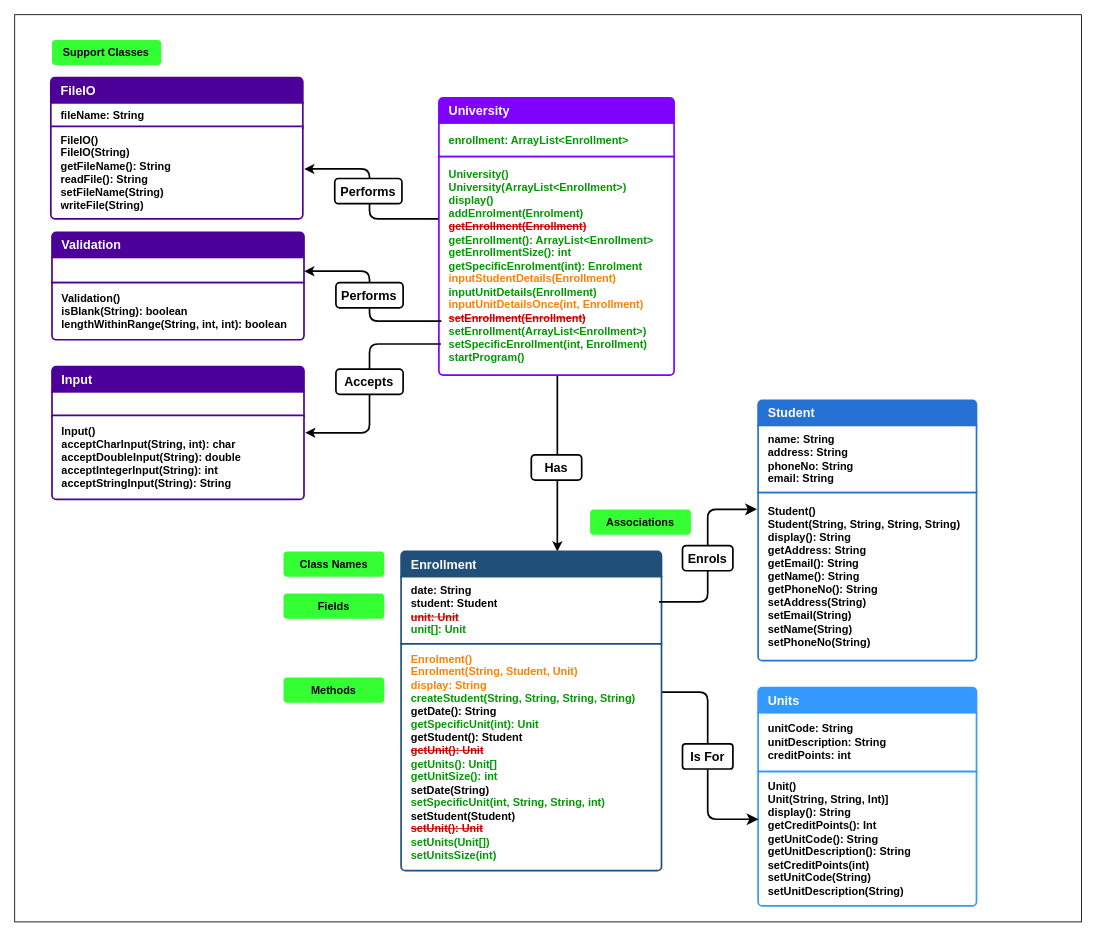
The draw.io diagram Java Programming/Assesment Rolling Project/doc/ClassDiagram.drawio in ByteToBits/CompScience, before the edit. Source tidied: cells renumbered, new cells numbered last; positions are measured from the earlier drawing's top-left corner, leaving out a move shared by most shapes. Both pictures are drawn from the tidied source at 84%, with x=0, y=0 at pixel (14, 14).
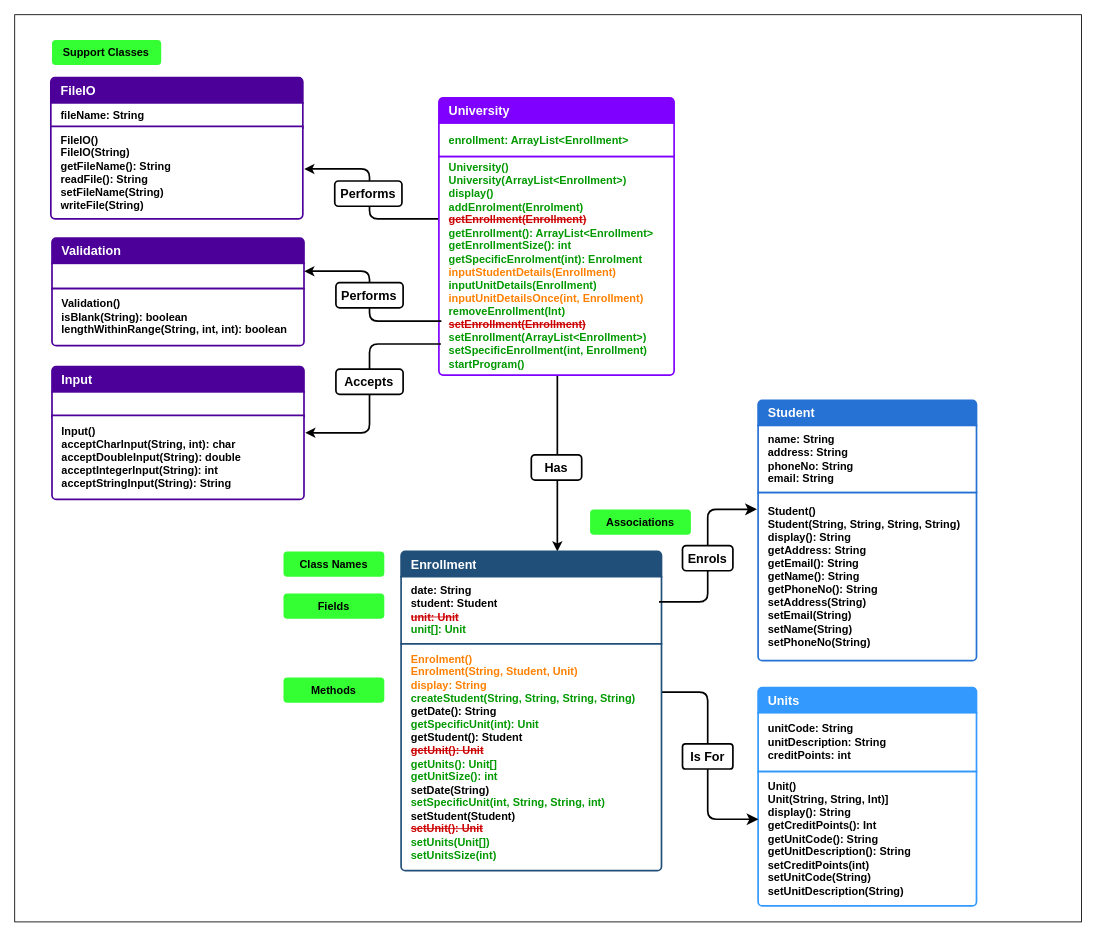
After the change.

Diff of the diagram source:
```diff
@@
-    <mxCell id="10" value="&lt;font color=&quot;#009900&quot;&gt;University()&lt;/font&gt;&lt;div&gt;&lt;font color=&quot;#009900&quot;&gt;University(ArrayList&amp;lt;Enrollment&amp;gt;)&lt;/font&gt;&lt;/div&gt;&lt;div&gt;&lt;font color=&quot;#009900&quot;&gt;display()&lt;/font&gt;&lt;/div&gt;&lt;div&gt;&lt;font color=&quot;#009900&quot;&gt;addEnrolment(Enrolment)&lt;/font&gt;&lt;/div&gt;&lt;div&gt;&lt;strike style=&quot;color: rgb(204, 0, 0);&quot;&gt;getEnrollment(Enrollment)&lt;/strike&gt;&lt;font color=&quot;#0000ff&quot;&gt;&lt;br&gt;&lt;/font&gt;&lt;/div&gt;&lt;div&gt;&lt;span style=&quot;color: rgb(0, 153, 0); background-color: initial;&quot;&gt;getEnrollment(): ArrayList&amp;lt;Enrollment&amp;gt;&lt;/span&gt;&lt;br&gt;&lt;/div&gt;&lt;div&gt;&lt;span style=&quot;color: rgb(0, 153, 0); background-color: initial;&quot;&gt;getEnrollmentSize(): int&lt;/span&gt;&lt;/div&gt;&lt;div&gt;&lt;span style=&quot;color: rgb(0, 153, 0); background-color: initial;&quot;&gt;getSpecificEnrolment(int): Enrolment&lt;/span&gt;&lt;/div&gt;&lt;div&gt;&lt;font color=&quot;#ff8000&quot;&gt;inputStudentDetails(Enrollment)&lt;/font&gt;&lt;/div&gt;&lt;div&gt;&lt;span style=&quot;color: rgb(0, 153, 0);&quot;&gt;inputUnitDetails(Enrollment)&lt;/span&gt;&lt;font color=&quot;#ff8000&quot;&gt;&lt;br&gt;&lt;/font&gt;&lt;/div&gt;&lt;div&gt;&lt;font color=&quot;#ff8000&quot;&gt;inputUnitDetailsOnce(int, Enrollment)&lt;/font&gt;&lt;/div&gt;&lt;div&gt;&lt;font color=&quot;#cc0000&quot;&gt;&lt;strike&gt;setEnrollment(Enrollment)&lt;/strike&gt;&lt;/font&gt;&lt;/div&gt;&lt;div&gt;&lt;font style=&quot;&quot; color=&quot;#009900&quot;&gt;setEnrollment(ArrayList&amp;lt;Enrollment&amp;gt;)&lt;/font&gt;&lt;/div&gt;&lt;div&gt;&lt;font style=&quot;&quot; color=&quot;#009900&quot;&gt;setSpecificEnrollment(int, Enrollment)&lt;/font&gt;&lt;/div&gt;&lt;div&gt;&lt;font style=&quot;&quot; color=&quot;#009900&quot;&gt;startProgram()&lt;/font&gt;&lt;/div&gt;" style="text;strokeColor=#7F00FF;fillColor=#FFFFFF;align=left;verticalAlign=middle;spacingLeft=10;spacingRight=10;overflow=hidden;points=[[0,0.5],[1,0.5]];portConstraint=eastwest;whiteSpace=wrap;html=1;shape=mxgraph.bootstrap.bottomButton;rSize=5;fontColor=#000000;strokeWidth=2;labelPadding=0;labelBorderColor=none;fontSize=13;fontStyle=1;shadow=0;perimeterSpacing=0;swimlaneLine=0;" parent="1" vertex="1">
+    <mxCell id="10" value="&lt;font color=&quot;#009900&quot;&gt;University()&lt;/font&gt;&lt;div&gt;&lt;font color=&quot;#009900&quot;&gt;University(ArrayList&amp;lt;Enrollment&amp;gt;)&lt;/font&gt;&lt;/div&gt;&lt;div&gt;&lt;font color=&quot;#009900&quot;&gt;display()&lt;/font&gt;&lt;/div&gt;&lt;div&gt;&lt;font color=&quot;#009900&quot;&gt;addEnrolment(Enrolment)&lt;/font&gt;&lt;/div&gt;&lt;div&gt;&lt;strike style=&quot;color: rgb(204, 0, 0);&quot;&gt;getEnrollment(Enrollment)&lt;/strike&gt;&lt;font color=&quot;#0000ff&quot;&gt;&lt;br&gt;&lt;/font&gt;&lt;/div&gt;&lt;div&gt;&lt;span style=&quot;color: rgb(0, 153, 0); background-color: initial;&quot;&gt;getEnrollment(): ArrayList&amp;lt;Enrollment&amp;gt;&lt;/span&gt;&lt;br&gt;&lt;/div&gt;&lt;div&gt;&lt;span style=&quot;color: rgb(0, 153, 0); background-color: initial;&quot;&gt;getEnrollmentSize(): int&lt;/span&gt;&lt;/div&gt;&lt;div&gt;&lt;span style=&quot;color: rgb(0, 153, 0); background-color: initial;&quot;&gt;getSpecificEnrolment(int): Enrolment&lt;/span&gt;&lt;/div&gt;&lt;div&gt;&lt;font color=&quot;#ff8000&quot;&gt;inputStudentDetails(Enrollment)&lt;/font&gt;&lt;/div&gt;&lt;div&gt;&lt;span style=&quot;color: rgb(0, 153, 0);&quot;&gt;inputUnitDetails(Enrollment)&lt;/span&gt;&lt;font color=&quot;#ff8000&quot;&gt;&lt;br&gt;&lt;/font&gt;&lt;/div&gt;&lt;div&gt;&lt;font color=&quot;#ff8000&quot;&gt;inputUnitDetailsOnce(int, Enrollment)&lt;/font&gt;&lt;/div&gt;&lt;div&gt;&lt;font color=&quot;#009900&quot;&gt;removeEnrollment(Int)&lt;/font&gt;&lt;/div&gt;&lt;div&gt;&lt;font color=&quot;#cc0000&quot;&gt;&lt;strike&gt;setEnrollment(Enrollment)&lt;/strike&gt;&lt;/font&gt;&lt;/div&gt;&lt;div&gt;&lt;font style=&quot;&quot; color=&quot;#009900&quot;&gt;setEnrollment(ArrayList&amp;lt;Enrollment&amp;gt;)&lt;/font&gt;&lt;/div&gt;&lt;div&gt;&lt;font style=&quot;&quot; color=&quot;#009900&quot;&gt;setSpecificEnrollment(int, Enrollment)&lt;/font&gt;&lt;/div&gt;&lt;div&gt;&lt;font style=&quot;&quot; color=&quot;#009900&quot;&gt;startProgram()&lt;/font&gt;&lt;/div&gt;" style="text;strokeColor=#7F00FF;fillColor=#FFFFFF;align=left;verticalAlign=middle;spacingLeft=10;spacingRight=10;overflow=hidden;points=[[0,0.5],[1,0.5]];portConstraint=eastwest;whiteSpace=wrap;html=1;shape=mxgraph.bootstrap.bottomButton;rSize=5;fontColor=#000000;strokeWidth=2;labelPadding=0;labelBorderColor=none;fontSize=13;fontStyle=1;shadow=0;perimeterSpacing=0;swimlaneLine=0;" parent="1" vertex="1">
       <mxGeometry x="505" y="169" width="280" height="260" as="geometry" />
     </mxCell>
     <mxCell id="11" value="Validation" style="text;strokeColor=#4C0099;fillColor=#4C0099;align=left;verticalAlign=middle;spacingLeft=10;spacingRight=10;overflow=hidden;whiteSpace=wrap;html=1;shape=mxgraph.bootstrap.topButton;rSize=5;fontColor=#ffffff;labelBackgroundColor=none;fontSize=15;fontStyle=1;fontFamily=Helvetica;strokeWidth=2;labelPadding=0;labelBorderColor=none;shadow=0;perimeterSpacing=0;swimlaneLine=0;" parent="1" vertex="1">
-      <mxGeometry x="44.4" y="259" width="300" height="30" as="geometry" />
+      <mxGeometry x="44.4" y="266" width="300" height="30" as="geometry" />
     </mxCell>
     <mxCell id="12" style="text;strokeColor=#4C0099;fillColor=#FFFFFF;align=left;verticalAlign=middle;spacingLeft=10;spacingRight=10;overflow=hidden;whiteSpace=wrap;html=1;rSize=5;fontColor=#000000;strokeWidth=2;labelPadding=0;labelBorderColor=none;fontSize=13;fontStyle=1;shadow=0;perimeterSpacing=0;swimlaneLine=0;" parent="1" vertex="1">
-      <mxGeometry x="44.4" y="289" width="300" height="30" as="geometry" />
+      <mxGeometry x="44.4" y="296" width="300" height="30" as="geometry" />
     </mxCell>
     <mxCell id="13" value="Validation()&lt;div&gt;isBlank(String): boolean&lt;/div&gt;&lt;div&gt;lengthWithinRange(String, int, int): boolean&lt;/div&gt;" style="text;strokeColor=#4C0099;fillColor=#FFFFFF;align=left;verticalAlign=middle;spacingLeft=10;spacingRight=10;overflow=hidden;whiteSpace=wrap;html=1;shape=mxgraph.bootstrap.bottomButton;rSize=5;fontColor=#000000;strokeWidth=2;labelPadding=0;labelBorderColor=none;fontSize=13;fontStyle=1;shadow=0;perimeterSpacing=0;swimlaneLine=0;" parent="1" vertex="1">
-      <mxGeometry x="44.4" y="319" width="300" height="68" as="geometry" />
+      <mxGeometry x="44.4" y="326" width="300" height="68" as="geometry" />
     </mxCell>
@@
     <mxCell id="43" value="Performs" style="text;strokeColor=default;fillColor=default;align=center;verticalAlign=middle;whiteSpace=wrap;rounded=1;fontSize=15;strokeWidth=2;fontStyle=1;labelBackgroundColor=default;gradientColor=none;imageHeight=22;" parent="1" vertex="1">
-      <mxGeometry x="381" y="195" width="80" height="30" as="geometry" />
+      <mxGeometry x="381" y="198" width="80" height="30" as="geometry" />
     </mxCell>
```
